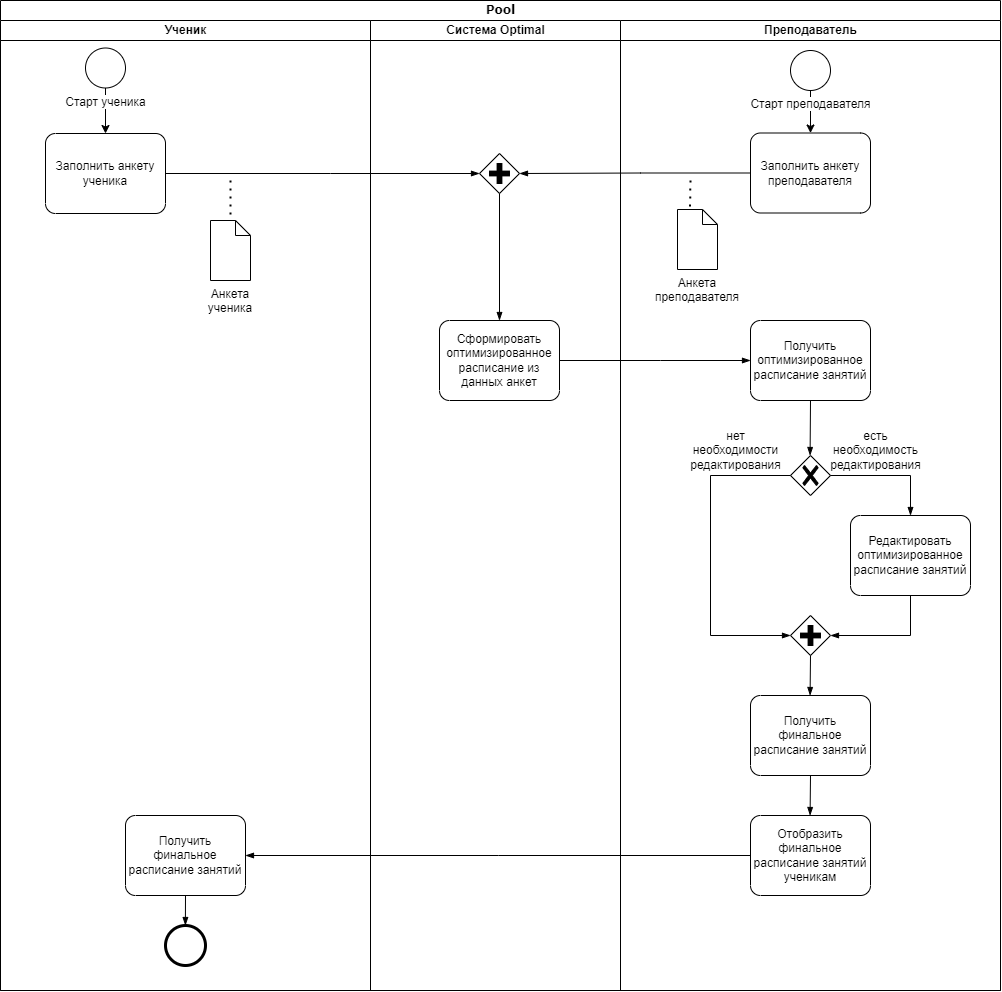
The draw.io diagram BPMN.png in watashinonericell/myrepos, before a commit. Source tidied: cells renumbered, new cells last; positions are measured from the earlier drawing's top-left corner, leaving out a move shared by most shapes.
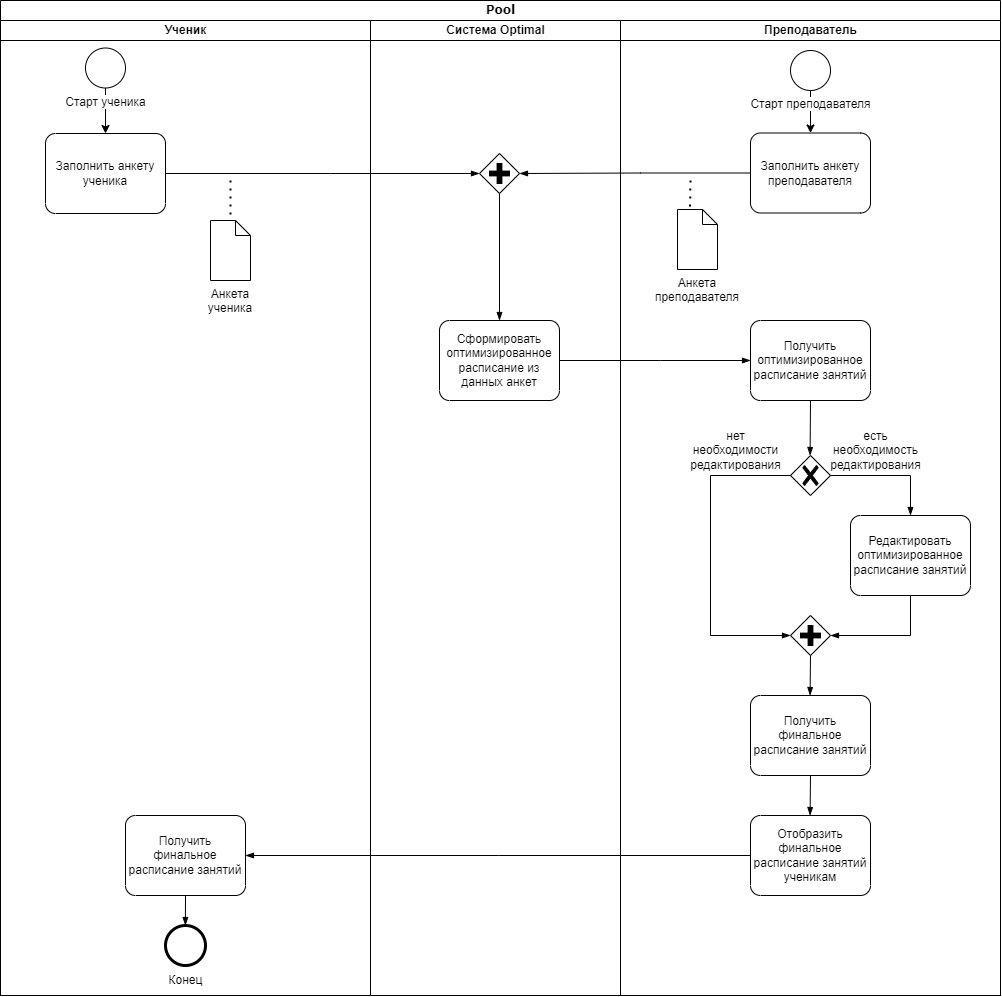
The same file after the commit.

The edit, as a diff of the source:
```diff
@@ -3,10 +3,10 @@
     <mxCell id="0" />
     <mxCell id="1" parent="0" />
     <mxCell id="2" value="Pool" style="swimlane;html=1;startSize=20;rounded=0;shadow=0;comic=0;labelBackgroundColor=none;strokeWidth=1;fontFamily=Verdana;fontSize=12;align=center;" parent="1" vertex="1">
-      <mxGeometry width="1000" height="990" as="geometry" />
+      <mxGeometry width="1000" height="995" as="geometry" />
     </mxCell>
     <mxCell id="3" value="Ученик" style="swimlane;html=1;startSize=20;" parent="2" vertex="1">
-      <mxGeometry y="20" width="370" height="970" as="geometry" />
+      <mxGeometry y="20" width="370" height="975" as="geometry" />
     </mxCell>
     <mxCell id="4" style="edgeStyle=orthogonalEdgeStyle;rounded=0;jettySize=auto;html=1;entryX=0.5;entryY=0;entryDx=0;entryDy=0;entryPerimeter=0;" parent="3" edge="1" source="10" target="5">
       <mxGeometry relative="1" as="geometry" />
@@ -29,8 +29,11 @@
     <mxCell id="10" value="Старт ученика" style="points=[[0.145,0.145,0],[0.5,0,0],[0.855,0.145,0],[1,0.5,0],[0.855,0.855,0],[0.5,1,0],[0.145,0.855,0],[0,0.5,0]];shape=mxgraph.bpmn.event;html=1;verticalLabelPosition=bottom;labelBackgroundColor=#ffffff;verticalAlign=top;align=center;perimeter=ellipsePerimeter;outlineConnect=0;outline=standard;symbol=general;" parent="3" vertex="1">
       <mxGeometry x="85" y="27.5" width="40" height="40" as="geometry" />
     </mxCell>
+    <mxCell id="40" value="Конец" style="text;html=1;align=center;verticalAlign=middle;strokeColor=none;fillColor=none;" parent="3" vertex="1">
+      <mxGeometry x="155" y="945" width="60" height="30" as="geometry" />
+    </mxCell>
     <mxCell id="11" value="Система Optimal" style="swimlane;html=1;startSize=20;" parent="2" vertex="1">
-      <mxGeometry x="370" y="20" width="250" height="970" as="geometry" />
+      <mxGeometry x="370" y="20" width="250" height="975" as="geometry" />
     </mxCell>
     <mxCell id="12" value="Сформировать оптимизированное расписание из данных анкет" style="points=[[0.25,0,0],[0.5,0,0],[0.75,0,0],[1,0.25,0],[1,0.5,0],[1,0.75,0],[0.75,1,0],[0.5,1,0],[0.25,1,0],[0,0.75,0],[0,0.5,0],[0,0.25,0]];shape=mxgraph.bpmn.task;whiteSpace=wrap;rectStyle=rounded;size=10;html=1;taskMarker=abstract;" parent="11" vertex="1">
       <mxGeometry x="69" y="300" width="120" height="80" as="geometry" />
@@ -67,7 +70,7 @@
       </mxGeometry>
     </mxCell>
     <mxCell id="19" value="Преподаватель" style="swimlane;html=1;startSize=20;" parent="2" vertex="1">
-      <mxGeometry x="620" y="20" width="380" height="970" as="geometry" />
+      <mxGeometry x="620" y="20" width="380" height="975" as="geometry" />
     </mxCell>
     <mxCell id="20" value="Заполнить анкету преподавателя" style="points=[[0.25,0,0],[0.5,0,0],[0.75,0,0],[1,0.25,0],[1,0.5,0],[1,0.75,0],[0.75,1,0],[0.5,1,0],[0.25,1,0],[0,0.75,0],[0,0.5,0],[0,0.25,0]];shape=mxgraph.bpmn.task;whiteSpace=wrap;rectStyle=rounded;size=10;html=1;taskMarker=abstract;" parent="19" vertex="1">
       <mxGeometry x="130" y="112.5" width="120" height="80" as="geometry" />
```
